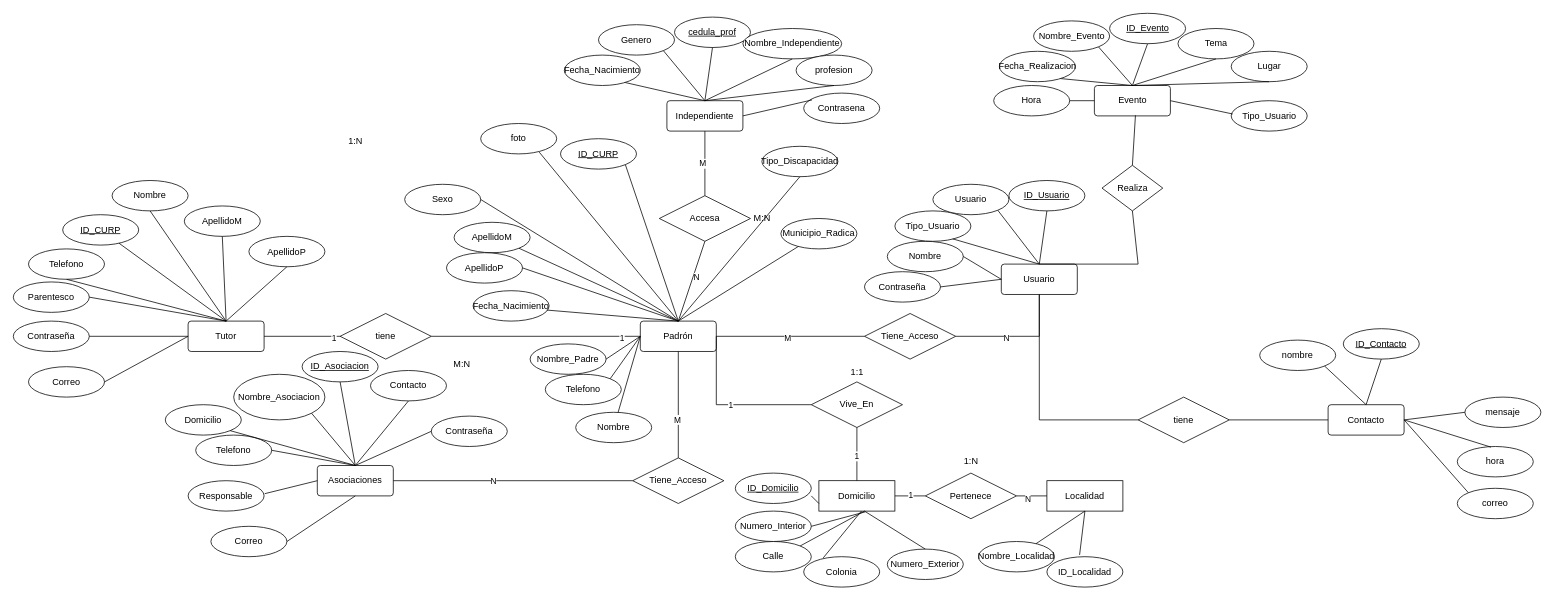
The draw.io diagram Diagrama_ER.drawio in OSCARCH2002/diagramas, before the edit. Source tidied: cells renumbered, new cells numbered last; positions are measured from the earlier drawing's top-left corner, leaving out a move shared by most shapes. Both pictures are drawn from the tidied source at 76%, with x=0, y=0 at pixel (13, 13).
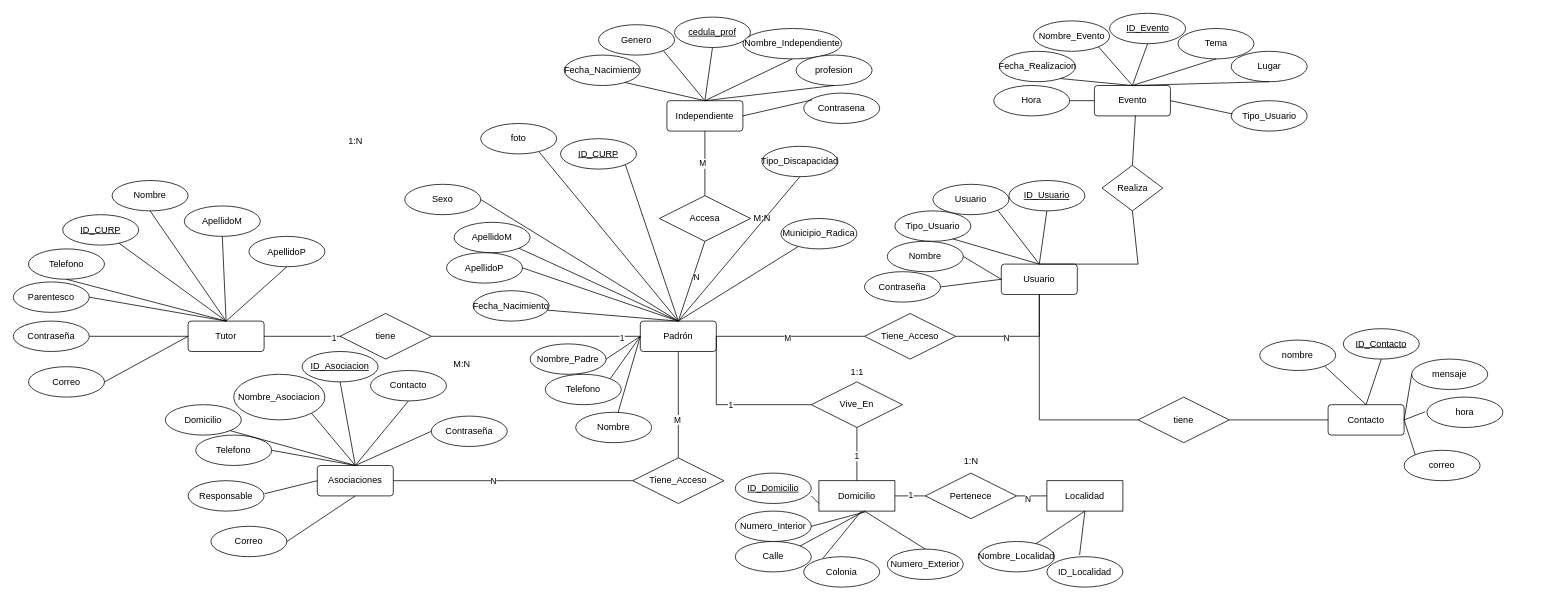
Above is the later version.

Unchanged cells that the change refers to:
```xml
<mxCell id="140" value="Contacto" style="rounded=1;arcSize=10;whiteSpace=wrap;html=1;align=center;" parent="1" vertex="1">
  <mxGeometry x="1730" y="515" width="100" height="40" as="geometry" />
</mxCell>
```

The edit, as a diff of the source:
```diff
@@
     <mxCell id="143" value="mensaje" style="ellipse;whiteSpace=wrap;html=1;align=center;" parent="1" vertex="1">
-      <mxGeometry x="1910" y="505" width="100" height="40" as="geometry" />
+      <mxGeometry x="1840" y="455" width="100" height="40" as="geometry" />
     </mxCell>
     <mxCell id="144" value="correo" style="ellipse;whiteSpace=wrap;html=1;align=center;" parent="1" vertex="1">
-      <mxGeometry x="1900" y="625" width="100" height="40" as="geometry" />
+      <mxGeometry x="1830" y="575" width="100" height="40" as="geometry" />
     </mxCell>
     <mxCell id="145" value="hora" style="ellipse;whiteSpace=wrap;html=1;align=center;" parent="1" vertex="1">
-      <mxGeometry x="1900" y="570" width="100" height="40" as="geometry" />
+      <mxGeometry x="1860" y="505" width="100" height="40" as="geometry" />
     </mxCell>
@@
-    <mxCell id="150" style="endArrow=none;html=1;rounded=0;entryX=1;entryY=0.5;entryDx=0;entryDy=0;exitX=0.443;exitY=0.021;exitDx=0;exitDy=0;exitPerimeter=0;" parent="1" edge="1" source="145" target="140">
+    <mxCell id="150" style="endArrow=none;html=1;rounded=0;entryX=1;entryY=0.5;entryDx=0;entryDy=0;exitX=-0.023;exitY=0.483;exitDx=0;exitDy=0;exitPerimeter=0;" parent="1" edge="1" source="145" target="140">
       <mxGeometry relative="1" as="geometry" />
     </mxCell>
```
